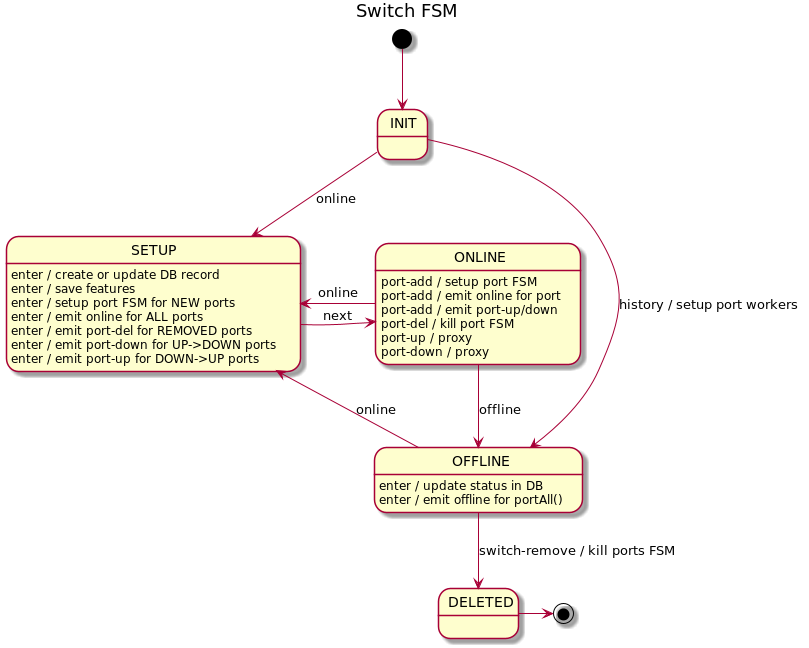
Above: docs/design/network-discovery/switch-FSM.png in telstra/open-kilda (PlantUML), before the change.
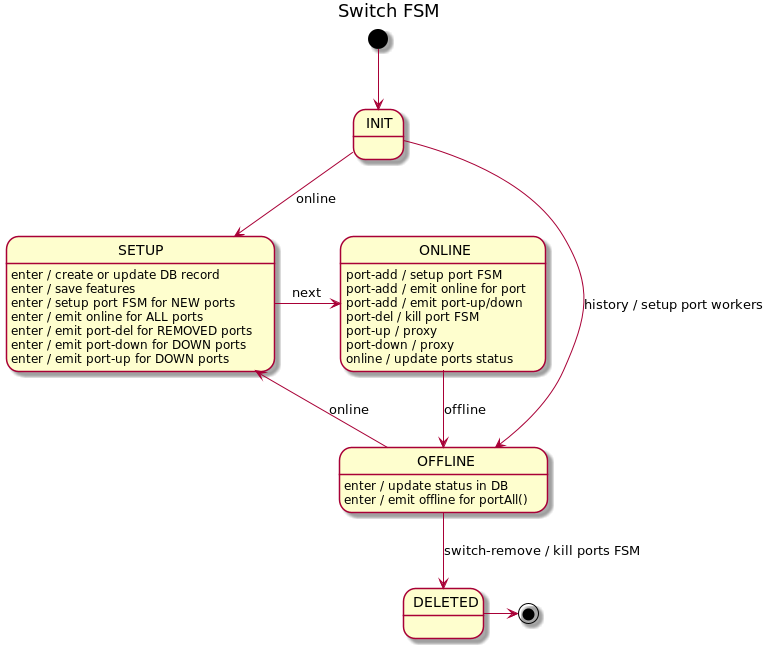
Later version of the same file.

Commit message:
More gentle handling of online-to-online transition into SwitchFsm

Avoid emmiting extra "opearational" and "UP/DOWN" event into SwitchFsm
on "online" event (produced dugin periodic network dumps).

Change to the diagram source:
```diff
@@ -11,8 +11,8 @@
 SETUP : enter / setup port FSM for NEW ports
 SETUP : enter / emit online for ALL ports
 SETUP : enter / emit port-del for REMOVED ports
-SETUP : enter / emit port-down for UP->DOWN ports
-SETUP : enter / emit port-up for DOWN->UP ports
+SETUP : enter / emit port-down for DOWN ports
+SETUP : enter / emit port-up for DOWN ports
 SETUP -r-> ONLINE : next
 
 ONLINE : port-add / setup port FSM
@@ -21,7 +21,7 @@
 ONLINE : port-del / kill port FSM
 ONLINE : port-up / proxy
 ONLINE : port-down / proxy
-ONLINE -l-> SETUP : online
+ONLINE : online / update ports status
 ONLINE --> OFFLINE : offline
 
 OFFLINE : enter / update status in DB
```
